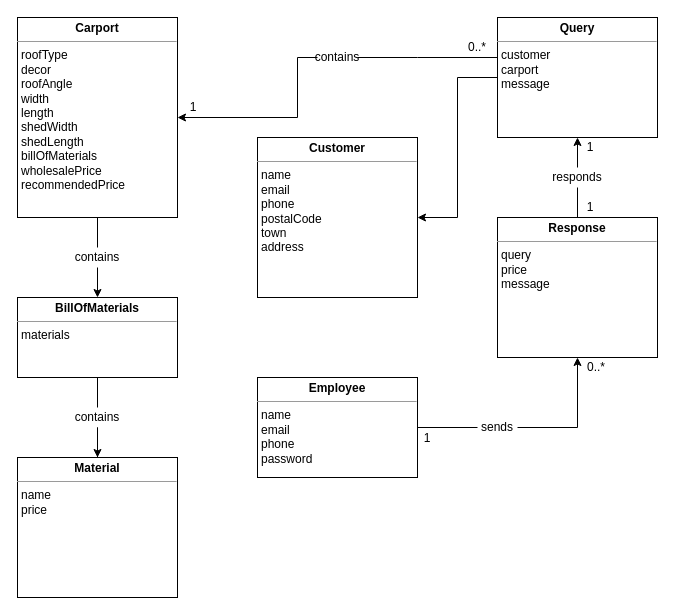
Earlier version of the draw.io diagram DomainModel.drawio (Capa2/sem2c4). Source tidied: cells renumbered, new cells numbered last; positions are measured from the earlier drawing's top-left corner, leaving out a move shared by most shapes. Both pictures are drawn from the tidied source at 100%, with x=0, y=0 at pixel (17, 17).
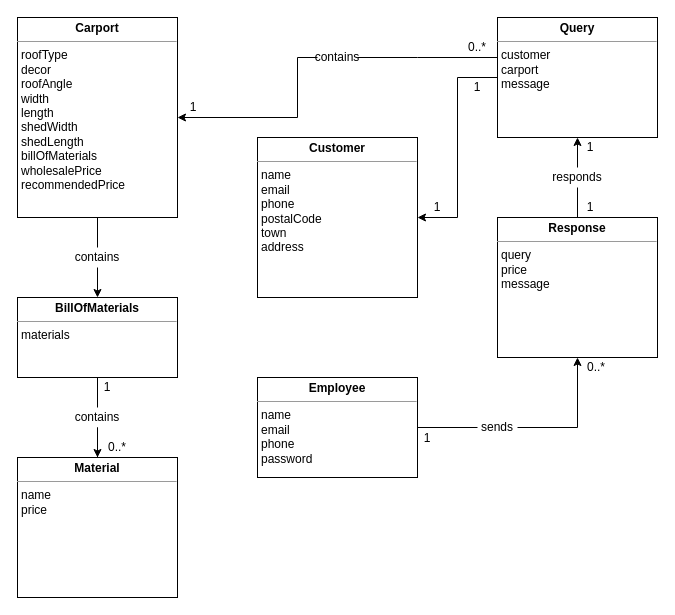
The same diagram, later.

The edit, as a diff of the source:
```diff
@@
+    <mxCell id="32" value="1" style="text;html=1;strokeColor=none;fillColor=none;align=center;verticalAlign=middle;whiteSpace=wrap;rounded=0;" parent="1" vertex="1">
+      <mxGeometry x="70" y="360" width="40" height="20" as="geometry" />
+    </mxCell>
+    <mxCell id="33" value="0..*" style="text;html=1;strokeColor=none;fillColor=none;align=center;verticalAlign=middle;whiteSpace=wrap;rounded=0;" parent="1" vertex="1">
+      <mxGeometry x="80" y="420" width="40" height="20" as="geometry" />
+    </mxCell>
+    <mxCell id="34" value="1" style="text;html=1;strokeColor=none;fillColor=none;align=center;verticalAlign=middle;whiteSpace=wrap;rounded=0;" parent="1" vertex="1">
+      <mxGeometry x="440" y="60" width="40" height="20" as="geometry" />
+    </mxCell>
+    <mxCell id="35" value="1" style="text;html=1;strokeColor=none;fillColor=none;align=center;verticalAlign=middle;whiteSpace=wrap;rounded=0;" parent="1" vertex="1">
+      <mxGeometry x="400" y="180" width="40" height="20" as="geometry" />
+    </mxCell>
```
